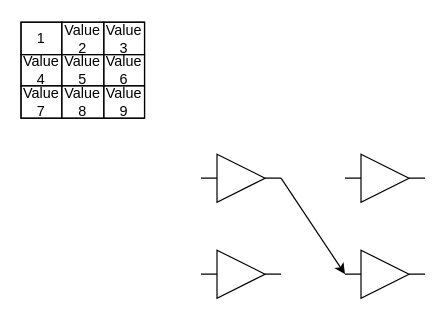
Above: Diagramme sans nom.drawio in davidsillou/graph.io.graphs (draw.io), before the change. Source tidied: cells renumbered, new cells numbered last; positions are measured from the earlier drawing's top-left corner, leaving out a move shared by most shapes. Both pictures are drawn from the tidied source at 120%, with x=0, y=0 at pixel (20, 22).
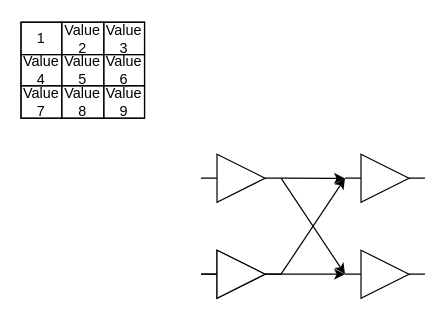
The same page after the edit.

Commit message (it also covers changes not shown here):
Mettre à jour Diagramme sans nom.drawio

The change refers to these unchanged cells:
```xml
<mxCell id="16" style="verticalLabelPosition=bottom;shadow=0;dashed=0;align=center;html=1;verticalAlign=top;shape=mxgraph.electrical.logic_gates.buffer2;" parent="1" vertex="1">
  <mxGeometry x="150" y="110" width="66.7" height="40" as="geometry" />
</mxCell>
<mxCell id="17" style="verticalLabelPosition=bottom;shadow=0;dashed=0;align=center;html=1;verticalAlign=top;shape=mxgraph.electrical.logic_gates.buffer2;" parent="1" vertex="1">
  <mxGeometry x="150" y="190" width="66.7" height="40" as="geometry" />
</mxCell>
<mxCell id="18" style="verticalLabelPosition=bottom;shadow=0;dashed=0;align=center;html=1;verticalAlign=top;shape=mxgraph.electrical.logic_gates.buffer2;" parent="1" vertex="1">
  <mxGeometry x="270" y="110" width="66.7" height="40" as="geometry" />
</mxCell>
<mxCell id="19" style="verticalLabelPosition=bottom;shadow=0;dashed=0;align=center;html=1;verticalAlign=top;shape=mxgraph.electrical.logic_gates.buffer2;" parent="1" vertex="1">
  <mxGeometry x="270" y="190" width="66.7" height="40" as="geometry" />
</mxCell>
```

Change to the diagram source:
```diff
@@
-    <mxCell id="15" style="edgeStyle=none;rounded=0;jettySize=auto;html=1;exitX=1;exitY=0.5;exitDx=0;exitDy=0;entryX=0;entryY=0.5;entryDx=0;entryDy=0;" parent="1" edge="1" source="16" target="19">
+    <mxCell id="15" style="rounded=0;jettySize=auto;html=1;entryX=0;entryY=0.5;entryDx=0;entryDy=0;exitX=1;exitY=0.5;exitDx=0;exitDy=0;shadow=0;" parent="1" edge="1" source="16" target="19">
       <mxGeometry relative="1" as="geometry" />
     </mxCell>
+    <mxCell id="20" style="rounded=0;jettySize=auto;html=1;exitX=1;exitY=0.5;exitDx=0;exitDy=0;shadow=0;" parent="1" edge="1" source="16">
+      <mxGeometry relative="1" as="geometry">
+        <mxPoint x="270" y="130.2" as="targetPoint" />
+      </mxGeometry>
+    </mxCell>
@@
+    <mxCell id="21" style="rounded=0;jettySize=auto;html=1;exitX=1;exitY=0.5;exitDx=0;exitDy=0;entryX=0;entryY=0.5;entryDx=0;entryDy=0;shadow=0;" parent="1" edge="1" source="17" target="18">
+      <mxGeometry relative="1" as="geometry" />
+    </mxCell>
@@
+    <mxCell id="22" style="rounded=0;jettySize=auto;html=1;exitX=1;exitY=0.5;exitDx=0;exitDy=0;entryX=0;entryY=0.5;entryDx=0;entryDy=0;shadow=0;" parent="1" edge="1" source="23" target="19">
+      <mxGeometry relative="1" as="geometry" />
+    </mxCell>
+    <mxCell id="23" style="verticalLabelPosition=bottom;shadow=0;dashed=0;align=center;html=1;verticalAlign=top;shape=mxgraph.electrical.logic_gates.buffer2;" parent="1" vertex="1">
+      <mxGeometry x="150" y="190" width="66.7" height="40" as="geometry" />
+    </mxCell>
```
